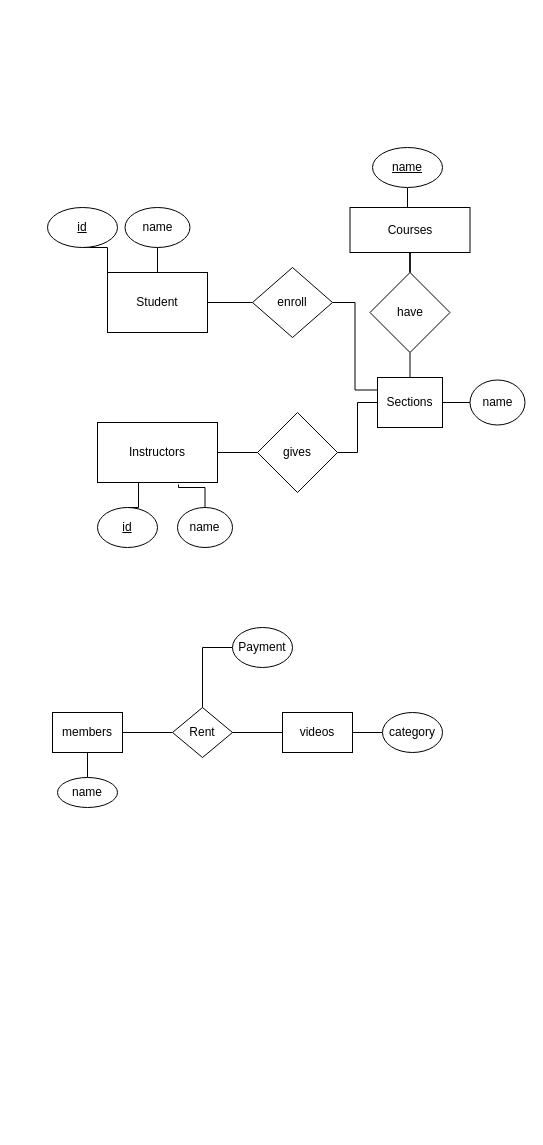
Above: Untitled Diagram.drawio in OguzCelikel/Arduino (draw.io), before the change. Source tidied: cells renumbered, new cells numbered last; positions are measured from the earlier drawing's top-left corner, leaving out a move shared by most shapes. Both pictures are drawn from the tidied source at 100%, with x=0, y=0 at pixel (47, 147).
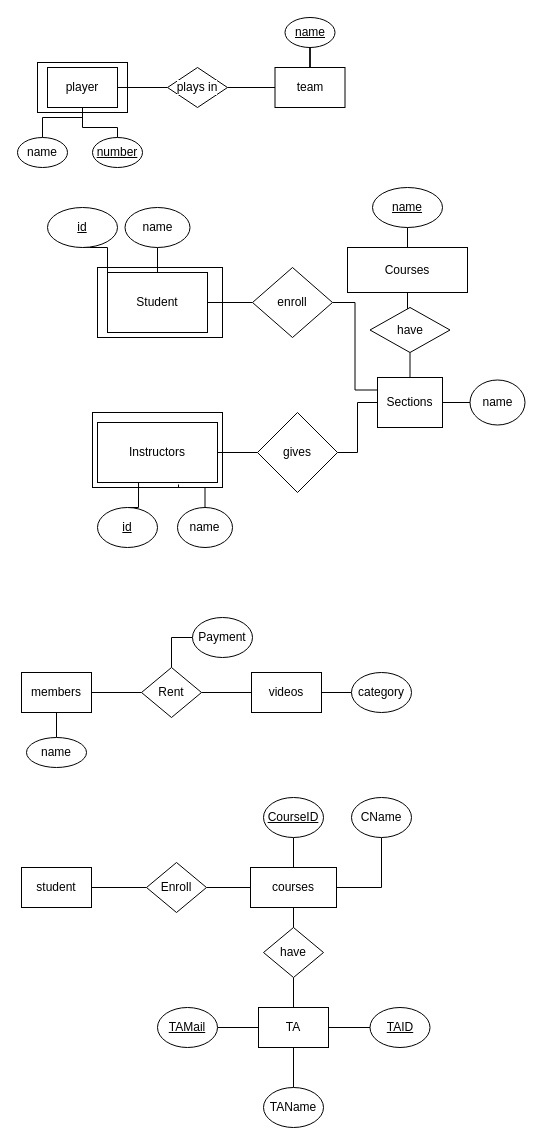
The same diagram, later.

The edit, as a diff of the source:
```diff
@@
+    <mxCell id="38" style="rounded=0;whiteSpace=wrap;html=1;shadow=0;glass=0;labelBackgroundColor=#FFFFFF;sketch=0;" parent="1" vertex="1">
+      <mxGeometry x="45" y="265" width="130" height="75" as="geometry" />
+    </mxCell>
+    <mxCell id="39" style="rounded=0;whiteSpace=wrap;html=1;shadow=0;glass=0;labelBackgroundColor=#FFFFFF;sketch=0;" parent="1" vertex="1">
+      <mxGeometry x="50" y="120" width="125" height="70" as="geometry" />
+    </mxCell>
+    <mxCell id="40" style="rounded=0;whiteSpace=wrap;html=1;shadow=0;glass=0;labelBackgroundColor=#FFFFFF;sketch=0;" parent="1" vertex="1">
+      <mxGeometry x="-10" y="-85" width="90" height="50" as="geometry" />
+    </mxCell>
@@
     <mxCell id="5" value="Courses" style="rounded=0;whiteSpace=wrap;html=1;" parent="1" vertex="1">
-      <mxGeometry x="302.5" y="60" width="120" height="45" as="geometry" />
+      <mxGeometry x="300" y="100" width="120" height="45" as="geometry" />
     </mxCell>
@@
     <mxCell id="14" value="have" style="rhombus;whiteSpace=wrap;html=1;" parent="1" vertex="1">
-      <mxGeometry x="322.5" y="125" width="80" height="80" as="geometry" />
+      <mxGeometry x="322.5" y="160" width="80" height="45" as="geometry" />
     </mxCell>
@@
     <mxCell id="18" value="&lt;u&gt;name&lt;/u&gt;" style="ellipse;whiteSpace=wrap;html=1;" parent="1" vertex="1">
-      <mxGeometry x="325" width="70" height="40" as="geometry" />
+      <mxGeometry x="325" y="40" width="70" height="40" as="geometry" />
     </mxCell>
@@
     <mxCell id="28" value="members" style="rounded=0;whiteSpace=wrap;html=1;" parent="1" vertex="1">
-      <mxGeometry x="5" y="565" width="70" height="40" as="geometry" />
+      <mxGeometry x="-26" y="525" width="70" height="40" as="geometry" />
     </mxCell>
     <mxCell id="29" value="videos" style="rounded=0;whiteSpace=wrap;html=1;" parent="1" vertex="1">
-      <mxGeometry x="235" y="565" width="70" height="40" as="geometry" />
+      <mxGeometry x="204" y="525" width="70" height="40" as="geometry" />
     </mxCell>
@@
     <mxCell id="31" value="category" style="ellipse;whiteSpace=wrap;html=1;" parent="1" vertex="1">
-      <mxGeometry x="335" y="565" width="60" height="40" as="geometry" />
+      <mxGeometry x="304" y="525" width="60" height="40" as="geometry" />
     </mxCell>
@@
     <mxCell id="34" value="Rent" style="rhombus;whiteSpace=wrap;html=1;" parent="1" vertex="1">
-      <mxGeometry x="125" y="560" width="60" height="50" as="geometry" />
+      <mxGeometry x="94" y="520" width="60" height="50" as="geometry" />
     </mxCell>
     <mxCell id="35" value="Payment" style="ellipse;whiteSpace=wrap;html=1;" parent="1" vertex="1">
-      <mxGeometry x="185" y="480" width="60" height="40" as="geometry" />
+      <mxGeometry x="145" y="470" width="60" height="40" as="geometry" />
     </mxCell>
@@
     <mxCell id="37" value="name" style="ellipse;whiteSpace=wrap;html=1;labelBackgroundColor=#FFFFFF;" parent="1" vertex="1">
-      <mxGeometry x="10" y="630" width="60" height="30" as="geometry" />
+      <mxGeometry x="-21" y="590" width="60" height="30" as="geometry" />
     </mxCell>
+    <mxCell id="41" style="edgeStyle=orthogonalEdgeStyle;rounded=0;jettySize=auto;html=1;entryX=0;entryY=0.5;entryDx=0;entryDy=0;endArrow=none;endFill=0;" parent="1" edge="1" source="43" target="47">
+      <mxGeometry relative="1" as="geometry" />
+    </mxCell>
+    <mxCell id="42" style="edgeStyle=orthogonalEdgeStyle;rounded=0;jettySize=auto;html=1;entryX=0.5;entryY=0;entryDx=0;entryDy=0;endArrow=none;endFill=0;" parent="1" edge="1" source="43" target="51">
+      <mxGeometry relative="1" as="geometry" />
+    </mxCell>
+    <mxCell id="43" value="player" style="rounded=0;whiteSpace=wrap;html=1;sketch=0;shadow=0;glass=0;" parent="1" vertex="1">
+      <mxGeometry y="-80" width="70" height="40" as="geometry" />
+    </mxCell>
+    <mxCell id="44" style="edgeStyle=orthogonalEdgeStyle;rounded=0;jettySize=auto;html=1;entryX=0.5;entryY=1;entryDx=0;entryDy=0;endArrow=none;endFill=0;" parent="1" edge="1" source="45" target="50">
+      <mxGeometry relative="1" as="geometry" />
+    </mxCell>
+    <mxCell id="45" value="team" style="rounded=0;whiteSpace=wrap;html=1;" parent="1" vertex="1">
+      <mxGeometry x="227.5" y="-80" width="70" height="40" as="geometry" />
+    </mxCell>
+    <mxCell id="46" style="edgeStyle=orthogonalEdgeStyle;rounded=0;jettySize=auto;html=1;entryX=0;entryY=0.5;entryDx=0;entryDy=0;endArrow=none;endFill=0;" parent="1" edge="1" source="47" target="45">
+      <mxGeometry relative="1" as="geometry" />
+    </mxCell>
+    <mxCell id="47" value="plays in" style="rhombus;whiteSpace=wrap;html=1;labelBackgroundColor=#FFFFFF;" parent="1" vertex="1">
+      <mxGeometry x="120" y="-80" width="60" height="40" as="geometry" />
+    </mxCell>
+    <mxCell id="48" style="edgeStyle=orthogonalEdgeStyle;rounded=0;jettySize=auto;html=1;entryX=0.5;entryY=1;entryDx=0;entryDy=0;endArrow=none;endFill=0;" parent="1" edge="1" source="49" target="43">
+      <mxGeometry relative="1" as="geometry" />
+    </mxCell>
+    <mxCell id="49" value="name" style="ellipse;whiteSpace=wrap;html=1;labelBackgroundColor=#FFFFFF;" parent="1" vertex="1">
+      <mxGeometry x="-30" y="-10" width="50" height="30" as="geometry" />
+    </mxCell>
+    <mxCell id="50" value="&lt;u&gt;name&lt;/u&gt;" style="ellipse;whiteSpace=wrap;html=1;labelBackgroundColor=#FFFFFF;" parent="1" vertex="1">
+      <mxGeometry x="237.5" y="-130" width="50" height="30" as="geometry" />
+    </mxCell>
+    <mxCell id="51" value="&lt;u&gt;number&lt;/u&gt;" style="ellipse;whiteSpace=wrap;html=1;labelBackgroundColor=#FFFFFF;" parent="1" vertex="1">
+      <mxGeometry x="45" y="-10" width="50" height="30" as="geometry" />
+    </mxCell>
+    <mxCell id="52" style="edgeStyle=orthogonalEdgeStyle;rounded=0;jettySize=auto;html=1;entryX=0;entryY=0.5;entryDx=0;entryDy=0;endArrow=none;endFill=0;" parent="1" edge="1" source="53" target="55">
+      <mxGeometry relative="1" as="geometry" />
+    </mxCell>
+    <mxCell id="53" value="student" style="rounded=0;whiteSpace=wrap;html=1;" parent="1" vertex="1">
+      <mxGeometry x="-26" y="720" width="70" height="40" as="geometry" />
+    </mxCell>
+    <mxCell id="54" style="edgeStyle=orthogonalEdgeStyle;rounded=0;jettySize=auto;html=1;entryX=0;entryY=0.5;entryDx=0;entryDy=0;endArrow=none;endFill=0;" parent="1" edge="1" source="55" target="58">
+      <mxGeometry relative="1" as="geometry" />
+    </mxCell>
+    <mxCell id="55" value="Enroll" style="rhombus;whiteSpace=wrap;html=1;" parent="1" vertex="1">
+      <mxGeometry x="99" y="715" width="60" height="50" as="geometry" />
+    </mxCell>
+    <mxCell id="56" style="edgeStyle=orthogonalEdgeStyle;rounded=0;jettySize=auto;html=1;entryX=0.5;entryY=0;entryDx=0;entryDy=0;endArrow=none;endFill=0;" parent="1" edge="1" source="58" target="60">
+      <mxGeometry relative="1" as="geometry" />
+    </mxCell>
+    <mxCell id="57" style="edgeStyle=orthogonalEdgeStyle;rounded=0;jettySize=auto;html=1;entryX=0.5;entryY=1;entryDx=0;entryDy=0;endArrow=none;endFill=0;" parent="1" edge="1" source="58" target="67">
+      <mxGeometry relative="1" as="geometry" />
+    </mxCell>
+    <mxCell id="58" value="courses" style="rounded=0;whiteSpace=wrap;html=1;" parent="1" vertex="1">
+      <mxGeometry x="203" y="720" width="86" height="40" as="geometry" />
+    </mxCell>
+    <mxCell id="59" style="edgeStyle=orthogonalEdgeStyle;rounded=0;jettySize=auto;html=1;entryX=0.5;entryY=0;entryDx=0;entryDy=0;endArrow=none;endFill=0;" parent="1" edge="1" source="60" target="64">
+      <mxGeometry relative="1" as="geometry" />
+    </mxCell>
+    <mxCell id="60" value="have" style="rhombus;whiteSpace=wrap;html=1;" parent="1" vertex="1">
+      <mxGeometry x="216" y="780" width="60" height="50" as="geometry" />
+    </mxCell>
+    <mxCell id="61" style="edgeStyle=orthogonalEdgeStyle;rounded=0;jettySize=auto;html=1;entryX=0;entryY=0.5;entryDx=0;entryDy=0;endArrow=none;endFill=0;" parent="1" edge="1" source="64" target="68">
+      <mxGeometry relative="1" as="geometry" />
+    </mxCell>
+    <mxCell id="62" style="edgeStyle=orthogonalEdgeStyle;rounded=0;jettySize=auto;html=1;entryX=0.5;entryY=0;entryDx=0;entryDy=0;endArrow=none;endFill=0;" parent="1" edge="1" source="64" target="69">
+      <mxGeometry relative="1" as="geometry" />
+    </mxCell>
+    <mxCell id="63" style="edgeStyle=orthogonalEdgeStyle;rounded=0;jettySize=auto;html=1;entryX=1;entryY=0.5;entryDx=0;entryDy=0;endArrow=none;endFill=0;" parent="1" edge="1" source="64" target="70">
+      <mxGeometry relative="1" as="geometry" />
+    </mxCell>
+    <mxCell id="64" value="TA" style="rounded=0;whiteSpace=wrap;html=1;" parent="1" vertex="1">
+      <mxGeometry x="211" y="860" width="70" height="40" as="geometry" />
+    </mxCell>
+    <mxCell id="65" style="edgeStyle=orthogonalEdgeStyle;rounded=0;jettySize=auto;html=1;entryX=0.5;entryY=0;entryDx=0;entryDy=0;endArrow=none;endFill=0;" parent="1" edge="1" source="66" target="58">
+      <mxGeometry relative="1" as="geometry" />
+    </mxCell>
+    <mxCell id="66" value="&lt;u&gt;CourseID&lt;/u&gt;" style="ellipse;whiteSpace=wrap;html=1;" parent="1" vertex="1">
+      <mxGeometry x="216" y="650" width="60" height="40" as="geometry" />
+    </mxCell>
+    <mxCell id="67" value="CName" style="ellipse;whiteSpace=wrap;html=1;" parent="1" vertex="1">
+      <mxGeometry x="304" y="650" width="60" height="40" as="geometry" />
+    </mxCell>
+    <mxCell id="68" value="&lt;u&gt;TAID&lt;/u&gt;" style="ellipse;whiteSpace=wrap;html=1;" parent="1" vertex="1">
+      <mxGeometry x="322.5" y="860" width="60" height="40" as="geometry" />
+    </mxCell>
+    <mxCell id="69" value="TAName" style="ellipse;whiteSpace=wrap;html=1;" parent="1" vertex="1">
+      <mxGeometry x="216" y="940" width="60" height="40" as="geometry" />
+    </mxCell>
+    <mxCell id="70" value="&lt;u&gt;TAMail&lt;/u&gt;" style="ellipse;whiteSpace=wrap;html=1;" parent="1" vertex="1">
+      <mxGeometry x="110" y="860" width="60" height="40" as="geometry" />
+    </mxCell>
```
